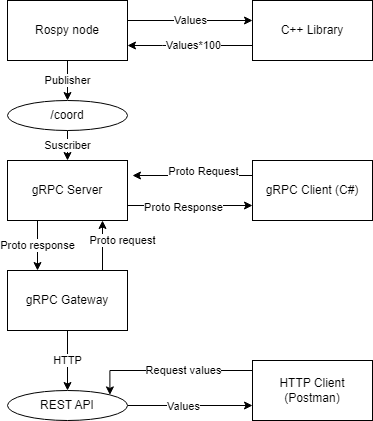
Earlier version of the draw.io export diagramas/DFD_Tarea_Interfases.drawio.png (Noemi1313/M4_t1). Source tidied: cells renumbered, new cells last; positions are measured from the earlier drawing's top-left corner, leaving out a move shared by most shapes.
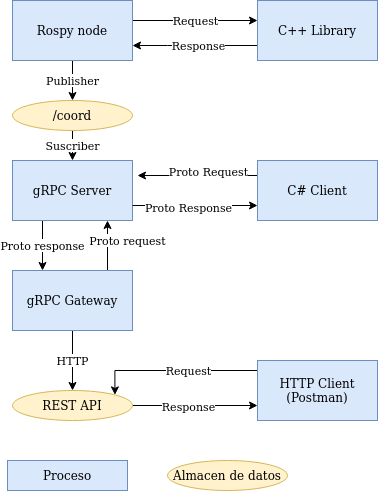
The same file after the commit.

Change to the diagram source:
```diff
@@ -5,7 +5,7 @@
     <mxCell id="2" value="Proto response" style="edgeStyle=orthogonalEdgeStyle;rounded=0;jettySize=auto;html=1;exitX=0.25;exitY=1;exitDx=0;exitDy=0;entryX=0.25;entryY=0;entryDx=0;entryDy=0;" parent="1" edge="1" source="3" target="11">
       <mxGeometry relative="1" as="geometry" />
     </mxCell>
-    <mxCell id="3" value="gRPC Server" style="rounded=0;whiteSpace=wrap;html=1;" parent="1" vertex="1">
+    <mxCell id="3" value="gRPC Server" style="rounded=0;whiteSpace=wrap;html=1;fillColor=#dae8fc;strokeColor=#6c8ebf;" parent="1" vertex="1">
       <mxGeometry y="160" width="120" height="60" as="geometry" />
     </mxCell>
     <mxCell id="4" style="edgeStyle=orthogonalEdgeStyle;rounded=0;jettySize=auto;html=1;exitX=0;exitY=0.25;exitDx=0;exitDy=0;" parent="1" edge="1" source="6">
@@ -18,7 +18,7 @@
         <mxPoint x="25" y="-9" as="offset" />
       </mxGeometry>
     </mxCell>
-    <mxCell id="6" value="gRPC Client (C#)" style="rounded=0;whiteSpace=wrap;html=1;" parent="1" vertex="1">
+    <mxCell id="6" value="C# Client" style="rounded=0;whiteSpace=wrap;html=1;fillColor=#dae8fc;strokeColor=#6c8ebf;" parent="1" vertex="1">
       <mxGeometry x="245" y="160" width="120" height="60" as="geometry" />
     </mxCell>
     <mxCell id="7" style="endArrow=classic;html=1;rounded=0;exitX=1;exitY=0.75;exitDx=0;exitDy=0;entryX=0;entryY=0.75;entryDx=0;entryDy=0;" parent="1" edge="1" source="3" target="6">
@@ -40,13 +40,13 @@
         </Array>
       </mxGeometry>
     </mxCell>
-    <mxCell id="11" value="gRPC Gateway" style="rounded=0;whiteSpace=wrap;html=1;" parent="1" vertex="1">
+    <mxCell id="11" value="gRPC Gateway" style="rounded=0;whiteSpace=wrap;html=1;fillColor=#dae8fc;strokeColor=#6c8ebf;" parent="1" vertex="1">
       <mxGeometry y="270" width="120" height="60" as="geometry" />
     </mxCell>
     <mxCell id="12" value="Publisher" style="edgeStyle=orthogonalEdgeStyle;rounded=0;jettySize=auto;html=1;" parent="1" edge="1" source="14" target="19">
       <mxGeometry relative="1" as="geometry" />
     </mxCell>
-    <mxCell id="13" value="Values" style="edgeStyle=orthogonalEdgeStyle;rounded=0;jettySize=auto;html=1;" parent="1" edge="1" source="14" target="17">
+    <mxCell id="13" value="Request" style="edgeStyle=orthogonalEdgeStyle;rounded=0;jettySize=auto;html=1;" parent="1" edge="1" source="14" target="17">
       <mxGeometry relative="1" as="geometry">
         <Array as="points">
           <mxPoint x="195" y="20" />
@@ -54,7 +54,7 @@
         </Array>
       </mxGeometry>
     </mxCell>
-    <mxCell id="14" value="Rospy node" style="rounded=0;whiteSpace=wrap;html=1;" parent="1" vertex="1">
+    <mxCell id="14" value="Rospy node" style="rounded=0;whiteSpace=wrap;html=1;fillColor=#dae8fc;strokeColor=#6c8ebf;" parent="1" vertex="1">
       <mxGeometry width="120" height="60" as="geometry" />
     </mxCell>
     <mxCell id="15" style="edgeStyle=orthogonalEdgeStyle;rounded=0;jettySize=auto;html=1;exitX=0;exitY=0.75;exitDx=0;exitDy=0;entryX=1;entryY=0.75;entryDx=0;entryDy=0;" parent="1" edge="1" source="17" target="14">
@@ -65,18 +65,18 @@
         </Array>
       </mxGeometry>
     </mxCell>
-    <mxCell id="16" value="Values*100" style="edgeLabel;html=1;align=center;verticalAlign=middle;" parent="15" vertex="1">
+    <mxCell id="16" value="Response" style="edgeLabel;html=1;align=center;verticalAlign=middle;" parent="15" vertex="1">
       <mxGeometry x="-0.29" y="-1" relative="1" as="geometry">
         <mxPoint x="-15" as="offset" />
       </mxGeometry>
     </mxCell>
-    <mxCell id="17" value="C++ Library" style="rounded=0;whiteSpace=wrap;html=1;" parent="1" vertex="1">
+    <mxCell id="17" value="C++ Library" style="rounded=0;whiteSpace=wrap;html=1;fillColor=#dae8fc;strokeColor=#6c8ebf;" parent="1" vertex="1">
       <mxGeometry x="245" width="120" height="60" as="geometry" />
     </mxCell>
     <mxCell id="18" value="Suscriber" style="edgeStyle=orthogonalEdgeStyle;rounded=0;jettySize=auto;html=1;" parent="1" edge="1" source="19" target="3">
       <mxGeometry relative="1" as="geometry" />
     </mxCell>
-    <mxCell id="19" value="/coord" style="ellipse;whiteSpace=wrap;html=1;" parent="1" vertex="1">
+    <mxCell id="19" value="/coord" style="ellipse;whiteSpace=wrap;html=1;fillColor=#fff2cc;strokeColor=#d6b656;" parent="1" vertex="1">
       <mxGeometry y="100" width="120" height="30" as="geometry" />
     </mxCell>
     <mxCell id="20" style="edgeStyle=orthogonalEdgeStyle;rounded=0;jettySize=auto;html=1;entryX=1;entryY=0;entryDx=0;entryDy=0;" parent="1" edge="1" source="22" target="25">
@@ -86,24 +86,30 @@
         </Array>
       </mxGeometry>
     </mxCell>
-    <mxCell id="21" value="Request values" style="edgeLabel;html=1;align=center;verticalAlign=middle;" parent="20" vertex="1">
+    <mxCell id="21" value="Request" style="edgeLabel;html=1;align=center;verticalAlign=middle;" parent="20" vertex="1">
       <mxGeometry x="0.03" y="-1" relative="1" as="geometry">
         <mxPoint x="16" as="offset" />
       </mxGeometry>
     </mxCell>
-    <mxCell id="22" value="HTTP Client (Postman)" style="rounded=0;whiteSpace=wrap;html=1;" parent="1" vertex="1">
+    <mxCell id="22" value="HTTP Client (Postman)" style="rounded=0;whiteSpace=wrap;html=1;fillColor=#dae8fc;strokeColor=#6c8ebf;" parent="1" vertex="1">
       <mxGeometry x="245" y="360" width="120" height="60" as="geometry" />
     </mxCell>
     <mxCell id="23" style="edgeStyle=orthogonalEdgeStyle;rounded=0;jettySize=auto;html=1;entryX=0;entryY=0.75;entryDx=0;entryDy=0;" parent="1" edge="1" source="25" target="22">
       <mxGeometry relative="1" as="geometry" />
     </mxCell>
-    <mxCell id="24" value="Values" style="edgeLabel;html=1;align=center;verticalAlign=middle;" parent="23" vertex="1">
+    <mxCell id="24" value="Response" style="edgeLabel;html=1;align=center;verticalAlign=middle;" parent="23" vertex="1">
       <mxGeometry x="0.28" y="1" relative="1" as="geometry">
         <mxPoint x="-25" y="1" as="offset" />
       </mxGeometry>
     </mxCell>
-    <mxCell id="25" value="REST API" style="ellipse;whiteSpace=wrap;html=1;" parent="1" vertex="1">
+    <mxCell id="25" value="REST API" style="ellipse;whiteSpace=wrap;html=1;fillColor=#fff2cc;strokeColor=#d6b656;" parent="1" vertex="1">
       <mxGeometry y="390" width="120" height="30" as="geometry" />
     </mxCell>
+    <mxCell id="26" value="Proceso" style="rounded=0;whiteSpace=wrap;html=1;fillColor=#dae8fc;strokeColor=#6c8ebf;" parent="1" vertex="1">
+      <mxGeometry x="-5" y="460" width="120" height="30" as="geometry" />
+    </mxCell>
+    <mxCell id="27" value="Almacen de datos" style="ellipse;whiteSpace=wrap;html=1;fillColor=#fff2cc;strokeColor=#d6b656;" parent="1" vertex="1">
+      <mxGeometry x="155" y="460" width="120" height="30" as="geometry" />
+    </mxCell>
   </root>
 </mxGraphModel>
```
